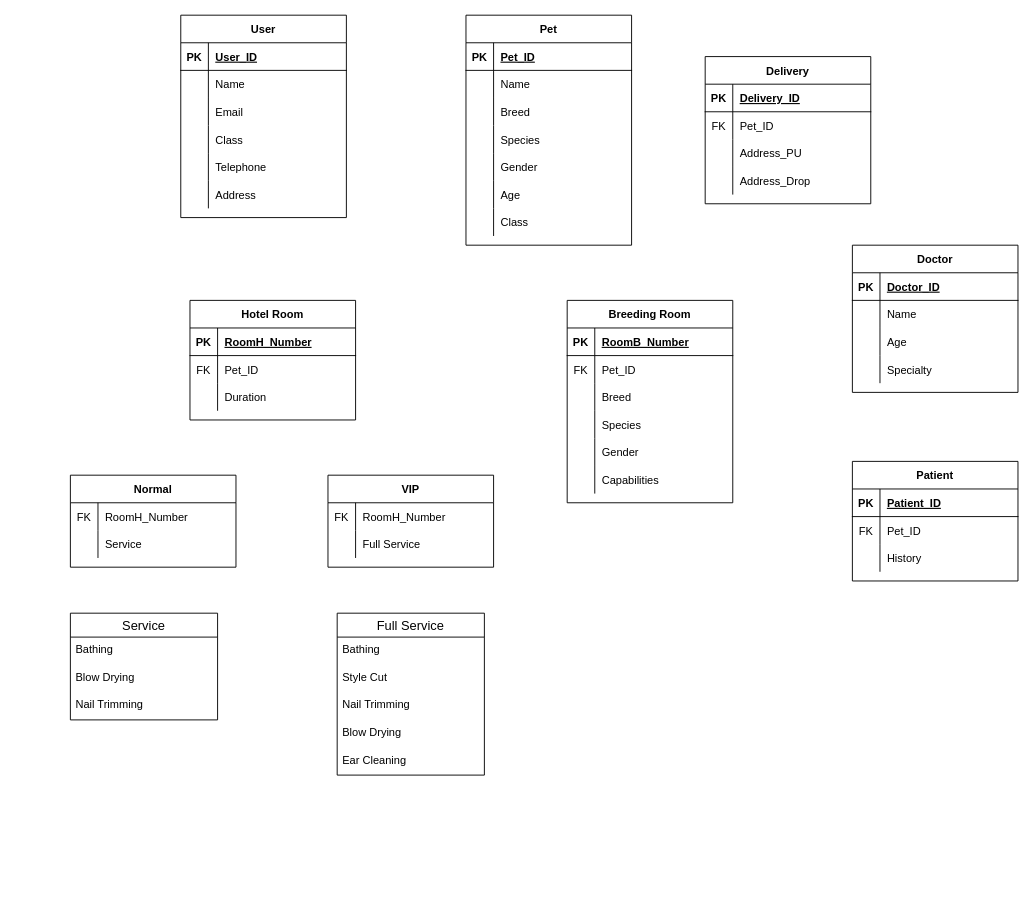
Before: page "Page-1" (1 of 2) of Untitled Diagram.drawio in jedifathan/BasdatProject, a draw.io diagram. Source tidied: cells renumbered, new cells numbered last; positions are measured from the earlier drawing's top-left corner, leaving out a move shared by most shapes. Both pictures are drawn from the tidied source at 92%, with x=0, y=0 at pixel (70, 6).
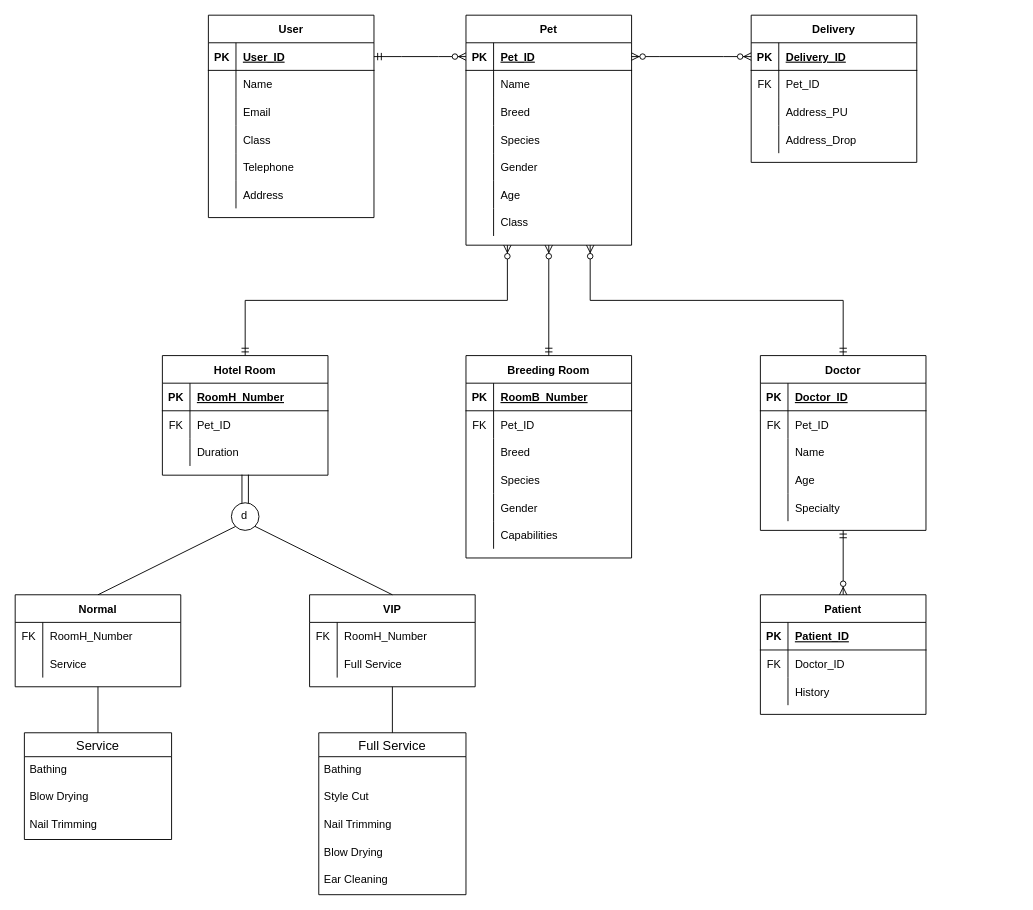
Above is the later version.

The change refers to these unchanged cells:
```xml
<mxCell id="24" value="Pet" style="shape=table;startSize=30;childLayout=tableLayout;rowLines=0;fontStyle=1;align=center;" parent="1" vertex="1">
  <mxGeometry x="430" y="10" width="180" height="250" as="geometry" />
</mxCell>
<mxCell id="25" style="shape=partialRectangle;fillColor=none;top=0;left=0;bottom=1;right=0;points=[[0,0.5],[1,0.5]];portConstraint=eastwest;" parent="24" vertex="1">
  <mxGeometry y="30" width="180" height="30" as="geometry" />
</mxCell>
<mxCell id="47" style="shape=partialRectangle;fillColor=none;top=0;left=0;bottom=1;right=0;points=[[0,0.5],[1,0.5]];portConstraint=eastwest;" parent="46" vertex="1">
  <mxGeometry y="30" width="180" height="30" as="geometry" />
</mxCell>
<mxCell id="99" style="shape=partialRectangle;fillColor=none;top=0;left=0;bottom=0;right=0;" parent="95" vertex="1">
  <mxGeometry y="60" width="180" height="30" as="geometry" />
</mxCell>
```

Diff of the diagram source:
```diff
@@
-    <mxCell id="2" style="group;" parent="1" vertex="1">
-      <mxGeometry x="150" width="180" height="230" as="geometry" />
-    </mxCell>
-    <mxCell id="3" style="shape=partialRectangle;fillColor=none;top=0;left=0;bottom=0;right=0;overflow=hidden;" parent="2" vertex="1">
-      <mxGeometry y="175" width="30" height="35" as="geometry" />
-    </mxCell>
-    <mxCell id="4" style="shape=partialRectangle;fillColor=none;top=0;left=0;bottom=0;right=0;align=left;spacingLeft=6;overflow=hidden;" parent="2" vertex="1">
-      <mxGeometry x="30" y="150" width="150" height="30" as="geometry" />
-    </mxCell>
-    <mxCell id="5" value="User" style="shape=table;startSize=30;childLayout=tableLayout;rowLines=0;fontStyle=1;align=center;" parent="2" vertex="1">
-      <mxGeometry x="-30" y="10" width="180" height="220" as="geometry" />
-    </mxCell>
-    <mxCell id="6" style="shape=partialRectangle;fillColor=none;top=0;left=0;bottom=1;right=0;points=[[0,0.5],[1,0.5]];portConstraint=eastwest;" parent="5" vertex="1">
-      <mxGeometry y="30" width="180" height="30" as="geometry" />
-    </mxCell>
-    <mxCell id="7" value="PK" style="shape=partialRectangle;fillColor=none;top=0;left=0;bottom=0;right=0;fontStyle=1;overflow=hidden;" parent="6" vertex="1">
-      <mxGeometry width="30" height="30" as="geometry" />
-    </mxCell>
-    <mxCell id="8" value="User_ID" style="shape=partialRectangle;fillColor=none;top=0;left=0;bottom=0;right=0;align=left;spacingLeft=6;fontStyle=5;overflow=hidden;" parent="6" vertex="1">
-      <mxGeometry x="30" width="150" height="30" as="geometry" />
-    </mxCell>
-    <mxCell id="9" style="shape=partialRectangle;fillColor=none;top=0;left=0;bottom=0;right=0;" parent="5" vertex="1">
-      <mxGeometry y="60" width="180" height="30" as="geometry" />
-    </mxCell>
-    <mxCell id="10" style="shape=partialRectangle;fillColor=none;top=0;left=0;bottom=0;right=0;overflow=hidden;" parent="9" vertex="1">
-      <mxGeometry width="30" height="30" as="geometry" />
-    </mxCell>
-    <mxCell id="11" value="Name" style="shape=partialRectangle;fillColor=none;top=0;left=0;bottom=0;right=0;align=left;spacingLeft=6;overflow=hidden;" parent="9" vertex="1">
-      <mxGeometry x="30" width="150" height="30" as="geometry" />
-    </mxCell>
-    <mxCell id="12" style="shape=partialRectangle;fillColor=none;top=0;left=0;bottom=0;right=0;" parent="5" vertex="1">
-      <mxGeometry y="90" width="180" height="30" as="geometry" />
-    </mxCell>
-    <mxCell id="13" style="shape=partialRectangle;fillColor=none;top=0;left=0;bottom=0;right=0;overflow=hidden;" parent="12" vertex="1">
-      <mxGeometry width="30" height="30" as="geometry" />
-    </mxCell>
-    <mxCell id="14" value="Email" style="shape=partialRectangle;fillColor=none;top=0;left=0;bottom=0;right=0;align=left;spacingLeft=6;overflow=hidden;" parent="12" vertex="1">
-      <mxGeometry x="30" width="150" height="30" as="geometry" />
-    </mxCell>
-    <mxCell id="15" style="shape=partialRectangle;fillColor=none;top=0;left=0;bottom=0;right=0;" parent="5" vertex="1">
-      <mxGeometry y="120" width="180" height="30" as="geometry" />
-    </mxCell>
-    <mxCell id="16" style="shape=partialRectangle;fillColor=none;top=0;left=0;bottom=0;right=0;overflow=hidden;" parent="15" vertex="1">
-      <mxGeometry width="30" height="30" as="geometry" />
-    </mxCell>
-    <mxCell id="17" value="Class" style="shape=partialRectangle;fillColor=none;top=0;left=0;bottom=0;right=0;align=left;spacingLeft=6;overflow=hidden;" parent="15" vertex="1">
-      <mxGeometry x="30" width="150" height="30" as="geometry" />
-    </mxCell>
-    <mxCell id="18" style="shape=partialRectangle;fillColor=none;top=0;left=0;bottom=0;right=0;" parent="5" vertex="1">
-      <mxGeometry y="150" width="180" height="30" as="geometry" />
-    </mxCell>
-    <mxCell id="19" style="shape=partialRectangle;fillColor=none;top=0;left=0;bottom=0;right=0;overflow=hidden;" parent="18" vertex="1">
-      <mxGeometry width="30" height="30" as="geometry" />
-    </mxCell>
-    <mxCell id="20" value="Telephone" style="shape=partialRectangle;fillColor=none;top=0;left=0;bottom=0;right=0;align=left;spacingLeft=6;overflow=hidden;" parent="18" vertex="1">
-      <mxGeometry x="30" width="150" height="30" as="geometry" />
-    </mxCell>
-    <mxCell id="21" style="shape=partialRectangle;fillColor=none;top=0;left=0;bottom=0;right=0;" parent="5" vertex="1">
-      <mxGeometry y="180" width="180" height="30" as="geometry" />
-    </mxCell>
-    <mxCell id="22" style="shape=partialRectangle;fillColor=none;top=0;left=0;bottom=0;right=0;overflow=hidden;" parent="21" vertex="1">
-      <mxGeometry width="30" height="30" as="geometry" />
-    </mxCell>
-    <mxCell id="23" value="Address" style="shape=partialRectangle;fillColor=none;top=0;left=0;bottom=0;right=0;align=left;spacingLeft=6;overflow=hidden;" parent="21" vertex="1">
-      <mxGeometry x="30" width="150" height="30" as="geometry" />
-    </mxCell>
@@
     <mxCell id="46" value="Delivery" style="shape=table;startSize=30;childLayout=tableLayout;rowLines=0;fontStyle=1;align=center;" parent="1" vertex="1">
-      <mxGeometry x="690" y="55" width="180" height="160" as="geometry" />
+      <mxGeometry x="740" y="10" width="180" height="160" as="geometry" />
     </mxCell>
@@
     <mxCell id="59" value="Hotel Room" style="shape=table;startSize=30;childLayout=tableLayout;rowLines=0;fontStyle=1;align=center;" parent="1" vertex="1">
-      <mxGeometry x="130" y="320" width="180" height="130" as="geometry" />
+      <mxGeometry x="100" y="380" width="180" height="130" as="geometry" />
     </mxCell>
@@
     <mxCell id="69" value="Breeding Room" style="shape=table;startSize=30;childLayout=tableLayout;rowLines=0;fontStyle=1;align=center;" parent="1" vertex="1">
-      <mxGeometry x="540" y="320" width="180" height="220" as="geometry" />
+      <mxGeometry x="430" y="380" width="180" height="220" as="geometry" />
     </mxCell>
@@
     <mxCell id="88" value="Normal" style="shape=table;startSize=30;childLayout=tableLayout;rowLines=0;fontStyle=1;align=center;" parent="1" vertex="1">
-      <mxGeometry y="510" width="180" height="100" as="geometry" />
+      <mxGeometry x="-60" y="640" width="180" height="100" as="geometry" />
     </mxCell>
@@
     <mxCell id="95" value="Patient" style="shape=table;startSize=30;childLayout=tableLayout;rowLines=0;fontStyle=1;align=center;" parent="1" vertex="1">
-      <mxGeometry x="850" y="495" width="180" height="130" as="geometry" />
+      <mxGeometry x="750" y="640" width="180" height="130" as="geometry" />
     </mxCell>
@@
-    <mxCell id="101" value="Pet_ID" style="shape=partialRectangle;fillColor=none;top=0;left=0;bottom=0;right=0;align=left;spacingLeft=6;overflow=hidden;" parent="99" vertex="1">
+    <mxCell id="101" value="Doctor_ID" style="shape=partialRectangle;fillColor=none;top=0;left=0;bottom=0;right=0;align=left;spacingLeft=6;overflow=hidden;" parent="99" vertex="1">
       <mxGeometry x="30" width="150" height="30" as="geometry" />
     </mxCell>
@@
     <mxCell id="105" value="Doctor" style="shape=table;startSize=30;childLayout=tableLayout;rowLines=0;fontStyle=1;align=center;" parent="1" vertex="1">
-      <mxGeometry x="850" y="260" width="180" height="160" as="geometry" />
+      <mxGeometry x="750" y="380" width="180" height="190" as="geometry" />
     </mxCell>
@@
+    <mxCell id="135" style="shape=partialRectangle;fillColor=none;top=0;left=0;bottom=0;right=0;" parent="105" vertex="1">
+      <mxGeometry y="60" width="180" height="30" as="geometry" />
+    </mxCell>
+    <mxCell id="136" value="FK" style="shape=partialRectangle;fillColor=none;top=0;left=0;bottom=0;right=0;overflow=hidden;" parent="135" vertex="1">
+      <mxGeometry width="30" height="30" as="geometry" />
+    </mxCell>
+    <mxCell id="137" value="Pet_ID" style="shape=partialRectangle;fillColor=none;top=0;left=0;bottom=0;right=0;align=left;spacingLeft=6;overflow=hidden;" parent="135" vertex="1">
+      <mxGeometry x="30" width="150" height="30" as="geometry" />
+    </mxCell>
     <mxCell id="109" style="shape=partialRectangle;fillColor=none;top=0;left=0;bottom=0;right=0;" parent="105" vertex="1">
-      <mxGeometry y="60" width="180" height="30" as="geometry" />
+      <mxGeometry y="90" width="180" height="30" as="geometry" />
     </mxCell>
@@
     <mxCell id="112" style="shape=partialRectangle;fillColor=none;top=0;left=0;bottom=0;right=0;" parent="105" vertex="1">
-      <mxGeometry y="90" width="180" height="30" as="geometry" />
+      <mxGeometry y="120" width="180" height="30" as="geometry" />
     </mxCell>
@@
     <mxCell id="115" style="shape=partialRectangle;fillColor=none;top=0;left=0;bottom=0;right=0;" parent="105" vertex="1">
-      <mxGeometry y="120" width="180" height="30" as="geometry" />
+      <mxGeometry y="150" width="180" height="30" as="geometry" />
     </mxCell>
@@
     <mxCell id="118" value="VIP" style="shape=table;startSize=30;childLayout=tableLayout;rowLines=0;fontStyle=1;align=center;" parent="1" vertex="1">
-      <mxGeometry x="280" y="510" width="180" height="100" as="geometry" />
+      <mxGeometry x="260" y="640" width="180" height="100" as="geometry" />
     </mxCell>
@@
     <mxCell id="125" value="Full Service" style="swimlane;fontStyle=0;horizontal=1;startSize=26;align=center;fontSize=14;" parent="1" vertex="1">
-      <mxGeometry x="290" y="660" width="160" height="176" as="geometry" />
+      <mxGeometry x="270" y="790" width="160" height="176" as="geometry" />
     </mxCell>
@@
     <mxCell id="131" value="Service" style="swimlane;fontStyle=0;horizontal=1;startSize=26;align=center;fontSize=14;" parent="1" vertex="1">
-      <mxGeometry y="660" width="160" height="116" as="geometry" />
+      <mxGeometry x="-50" y="790" width="160" height="116" as="geometry" />
     </mxCell>
@@
+    <mxCell id="5" value="User" style="shape=table;startSize=30;childLayout=tableLayout;rowLines=0;fontStyle=1;align=center;" parent="1" vertex="1">
+      <mxGeometry x="150" y="10" width="180" height="220" as="geometry" />
+    </mxCell>
+    <mxCell id="6" style="shape=partialRectangle;fillColor=none;top=0;left=0;bottom=1;right=0;points=[[0,0.5],[1,0.5]];portConstraint=eastwest;" parent="5" vertex="1">
+      <mxGeometry y="30" width="180" height="30" as="geometry" />
+    </mxCell>
+    <mxCell id="7" value="PK" style="shape=partialRectangle;fillColor=none;top=0;left=0;bottom=0;right=0;fontStyle=1;overflow=hidden;" parent="6" vertex="1">
+      <mxGeometry width="30" height="30" as="geometry" />
+    </mxCell>
+    <mxCell id="8" value="User_ID" style="shape=partialRectangle;fillColor=none;top=0;left=0;bottom=0;right=0;align=left;spacingLeft=6;fontStyle=5;overflow=hidden;" parent="6" vertex="1">
+      <mxGeometry x="30" width="150" height="30" as="geometry" />
+    </mxCell>
+    <mxCell id="138" style="shape=partialRectangle;fillColor=none;top=0;left=0;bottom=0;right=0;" parent="5" vertex="1">
+      <mxGeometry y="60" width="180" height="30" as="geometry" />
+    </mxCell>
+    <mxCell id="139" style="shape=partialRectangle;fillColor=none;top=0;left=0;bottom=0;right=0;overflow=hidden;" parent="138" vertex="1">
+      <mxGeometry width="30" height="30" as="geometry" />
+    </mxCell>
+    <mxCell id="11" value="Name" style="shape=partialRectangle;fillColor=none;top=0;left=0;bottom=0;right=0;align=left;spacingLeft=6;overflow=hidden;" parent="138" vertex="1">
+      <mxGeometry x="30" width="150" height="30" as="geometry" />
+    </mxCell>
+    <mxCell id="12" style="shape=partialRectangle;fillColor=none;top=0;left=0;bottom=0;right=0;" parent="5" vertex="1">
+      <mxGeometry y="90" width="180" height="30" as="geometry" />
+    </mxCell>
+    <mxCell id="140" style="shape=partialRectangle;fillColor=none;top=0;left=0;bottom=0;right=0;overflow=hidden;" parent="12" vertex="1">
+      <mxGeometry width="30" height="30" as="geometry" />
+    </mxCell>
+    <mxCell id="14" value="Email" style="shape=partialRectangle;fillColor=none;top=0;left=0;bottom=0;right=0;align=left;spacingLeft=6;overflow=hidden;" parent="12" vertex="1">
+      <mxGeometry x="30" width="150" height="30" as="geometry" />
+    </mxCell>
+    <mxCell id="15" style="shape=partialRectangle;fillColor=none;top=0;left=0;bottom=0;right=0;" parent="5" vertex="1">
+      <mxGeometry y="120" width="180" height="30" as="geometry" />
+    </mxCell>
+    <mxCell id="141" style="shape=partialRectangle;fillColor=none;top=0;left=0;bottom=0;right=0;overflow=hidden;" parent="15" vertex="1">
+      <mxGeometry width="30" height="30" as="geometry" />
+    </mxCell>
+    <mxCell id="17" value="Class" style="shape=partialRectangle;fillColor=none;top=0;left=0;bottom=0;right=0;align=left;spacingLeft=6;overflow=hidden;" parent="15" vertex="1">
+      <mxGeometry x="30" width="150" height="30" as="geometry" />
+    </mxCell>
+    <mxCell id="18" style="shape=partialRectangle;fillColor=none;top=0;left=0;bottom=0;right=0;" parent="5" vertex="1">
+      <mxGeometry y="150" width="180" height="30" as="geometry" />
+    </mxCell>
+    <mxCell id="142" style="shape=partialRectangle;fillColor=none;top=0;left=0;bottom=0;right=0;overflow=hidden;" parent="18" vertex="1">
+      <mxGeometry width="30" height="30" as="geometry" />
+    </mxCell>
+    <mxCell id="20" value="Telephone" style="shape=partialRectangle;fillColor=none;top=0;left=0;bottom=0;right=0;align=left;spacingLeft=6;overflow=hidden;" parent="18" vertex="1">
+      <mxGeometry x="30" width="150" height="30" as="geometry" />
+    </mxCell>
+    <mxCell id="21" style="shape=partialRectangle;fillColor=none;top=0;left=0;bottom=0;right=0;" parent="5" vertex="1">
+      <mxGeometry y="180" width="180" height="30" as="geometry" />
+    </mxCell>
+    <mxCell id="143" style="shape=partialRectangle;fillColor=none;top=0;left=0;bottom=0;right=0;overflow=hidden;" parent="21" vertex="1">
+      <mxGeometry width="30" height="30" as="geometry" />
+    </mxCell>
+    <mxCell id="23" value="Address" style="shape=partialRectangle;fillColor=none;top=0;left=0;bottom=0;right=0;align=left;spacingLeft=6;overflow=hidden;" parent="21" vertex="1">
+      <mxGeometry x="30" width="150" height="30" as="geometry" />
+    </mxCell>
+    <mxCell id="144" style="edgeStyle=entityRelationEdgeStyle;fontSize=12;html=1;endArrow=ERzeroToMany;startArrow=ERmandOne;rounded=0;exitX=1;exitY=0.5;exitDx=0;exitDy=0;entryX=0;entryY=0.5;entryDx=0;entryDy=0;" parent="1" edge="1" source="6" target="25">
+      <mxGeometry relative="1" as="geometry" />
+    </mxCell>
+    <mxCell id="145" style="edgeStyle=entityRelationEdgeStyle;fontSize=12;html=1;endArrow=ERzeroToMany;endFill=1;startArrow=ERzeroToMany;rounded=0;exitX=1;exitY=0.5;exitDx=0;exitDy=0;entryX=0;entryY=0.5;entryDx=0;entryDy=0;" parent="1" edge="1" source="25" target="47">
+      <mxGeometry relative="1" as="geometry" />
+    </mxCell>
+    <mxCell id="146" style="shape=partialRectangle;whiteSpace=wrap;html=1;top=0;bottom=0;fillColor=none;" parent="1" vertex="1">
+      <mxGeometry x="186.5" y="510" width="7" height="30" as="geometry" />
+    </mxCell>
+    <mxCell id="147" style="group;" parent="1" vertex="1">
+      <mxGeometry x="175" y="540" width="30" height="30" as="geometry" />
+    </mxCell>
+    <mxCell id="148" style="verticalLabelPosition=bottom;verticalAlign=top;html=1;shape=mxgraph.flowchart.on-page_reference;" parent="147" vertex="1">
+      <mxGeometry width="30" height="30" as="geometry" />
+    </mxCell>
+    <mxCell id="149" value="d" style="text;strokeColor=none;fillColor=none;spacingLeft=4;spacingRight=4;overflow=hidden;points=[[0,0.5],[1,0.5]];portConstraint=eastwest;fontSize=12;" parent="147" vertex="1">
+      <mxGeometry x="5" width="20" height="30" as="geometry" />
+    </mxCell>
+    <mxCell id="150" style="endArrow=none;html=1;rounded=0;exitX=0.5;exitY=0;exitDx=0;exitDy=0;entryX=-0.017;entryY=0.856;entryDx=0;entryDy=0;entryPerimeter=0;" parent="1" edge="1" source="88" target="149">
+      <mxGeometry relative="1" as="geometry" />
+    </mxCell>
+    <mxCell id="151" style="endArrow=none;html=1;rounded=0;exitX=0.5;exitY=0;exitDx=0;exitDy=0;entryX=0.855;entryY=0.855;entryDx=0;entryDy=0;entryPerimeter=0;" parent="1" edge="1" source="118" target="148">
+      <mxGeometry relative="1" as="geometry" />
+    </mxCell>
+    <mxCell id="152" style="endArrow=none;html=1;rounded=0;exitX=0.5;exitY=1;exitDx=0;exitDy=0;entryX=0.5;entryY=0;entryDx=0;entryDy=0;" parent="1" edge="1" source="88" target="131">
+      <mxGeometry relative="1" as="geometry" />
+    </mxCell>
+    <mxCell id="153" style="endArrow=none;html=1;rounded=0;exitX=0.5;exitY=0;exitDx=0;exitDy=0;entryX=0.5;entryY=1;entryDx=0;entryDy=0;" parent="1" edge="1" source="125" target="118">
+      <mxGeometry relative="1" as="geometry" />
+    </mxCell>
+    <mxCell id="154" style="edgeStyle=orthogonalEdgeStyle;fontSize=12;html=1;endArrow=ERzeroToMany;startArrow=ERmandOne;rounded=0;exitX=0.5;exitY=0;exitDx=0;exitDy=0;entryX=0.75;entryY=1;entryDx=0;entryDy=0;" parent="1" edge="1" source="105" target="24">
+      <mxGeometry relative="1" as="geometry" />
+    </mxCell>
+    <mxCell id="155" style="fontSize=12;html=1;endArrow=ERzeroToMany;startArrow=ERmandOne;rounded=0;exitX=0.5;exitY=1;exitDx=0;exitDy=0;entryX=0.5;entryY=0;entryDx=0;entryDy=0;" parent="1" edge="1" source="105" target="95">
+      <mxGeometry relative="1" as="geometry" />
+    </mxCell>
+    <mxCell id="156" style="fontSize=12;html=1;endArrow=ERzeroToMany;startArrow=ERmandOne;rounded=0;entryX=0.5;entryY=1;entryDx=0;entryDy=0;exitX=0.5;exitY=0;exitDx=0;exitDy=0;" parent="1" edge="1" source="69" target="24">
+      <mxGeometry relative="1" as="geometry" />
+    </mxCell>
+    <mxCell id="157" style="edgeStyle=orthogonalEdgeStyle;fontSize=12;html=1;endArrow=ERzeroToMany;startArrow=ERmandOne;rounded=0;exitX=0.5;exitY=0;exitDx=0;exitDy=0;entryX=0.25;entryY=1;entryDx=0;entryDy=0;" parent="1" edge="1" source="59" target="24">
+      <mxGeometry relative="1" as="geometry" />
+    </mxCell>
```
